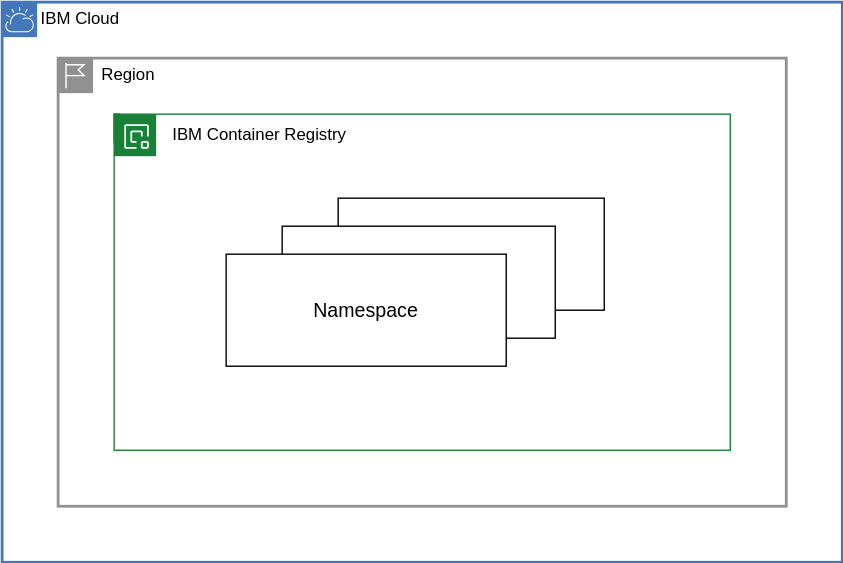
Earlier version of the draw.io export reference-architecture/deployable-architecture-icr.svg (terraform-ibm-modules/terraform-ibm-container-registry). Source tidied: cells renumbered, new cells last; positions are measured from the earlier drawing's top-left corner, leaving out a move shared by most shapes. Source of this version:
```xml
<mxGraphModel>
  <root>
    <mxCell id="0" />
    <mxCell id="1" parent="0" />
    <mxCell id="2" value="&lt;div&gt;&lt;span style=&quot;background-color: transparent; color: light-dark(rgb(0, 0, 0), rgb(255, 255, 255));&quot;&gt;&amp;nbsp;Region&lt;/span&gt;&lt;/div&gt;" style="shape=mxgraph.ibm.box;prType=region;fontStyle=0;verticalAlign=top;align=left;spacingLeft=32;spacingTop=4;fillColor=none;rounded=0;whiteSpace=wrap;html=1;strokeColor=#919191;strokeWidth=2;dashed=0;spacing=-4;" parent="1" vertex="1">
      <mxGeometry x="40" y="40" width="520" height="320" as="geometry" />
    </mxCell>
    <mxCell id="3" style="rounded=0;whiteSpace=wrap;html=1;fontFamily=IBM Plex Sans;fontSize=14;spacingBottom=-28;spacingTop=0;labelPosition=-100;verticalLabelPosition=top;align=center;verticalAlign=bottom;spacingLeft=9;spacing=0;spacingRight=0;fillColor=none;strokeColor=#198038;" parent="1" vertex="1">
      <mxGeometry x="80" y="80" width="440" height="240" as="geometry" />
    </mxCell>
    <mxCell id="4" style="rounded=0;whiteSpace=wrap;html=1;strokeColor=#198038;fillColor=#198038;" parent="3" vertex="1">
      <mxGeometry width="4" height="20" as="geometry" />
    </mxCell>
    <mxCell id="5" value="&lt;font&gt;IBM Container Registry&lt;/font&gt;" style="text;html=1;strokeColor=none;fillColor=none;align=left;verticalAlign=middle;whiteSpace=wrap;rounded=0;fontFamily=Helvetica;fontSize=12;" parent="3" vertex="1">
      <mxGeometry x="40" y="5" width="163" height="20" as="geometry" />
    </mxCell>
    <mxCell id="6" style="rounded=0;whiteSpace=wrap;html=1;" parent="3" vertex="1">
      <mxGeometry x="160" y="60" width="190" height="80" as="geometry" />
    </mxCell>
    <mxCell id="7" style="rounded=0;whiteSpace=wrap;html=1;" parent="3" vertex="1">
      <mxGeometry x="120" y="80" width="195" height="80" as="geometry" />
    </mxCell>
    <mxCell id="8" value="&lt;font style=&quot;font-size: 14px;&quot;&gt;Namespace&lt;/font&gt;" style="rounded=0;whiteSpace=wrap;html=1;" parent="3" vertex="1">
      <mxGeometry x="80" y="100" width="200" height="80" as="geometry" />
    </mxCell>
    <mxCell id="9" style="shape=rect;fillColor=#198038;labelPosition=center;verticalLabelPosition=bottom;align=center;verticalAlign=top;strokeColor=none;fontSize=14;" parent="3" vertex="1">
      <mxGeometry width="30" height="30" as="geometry" />
    </mxCell>
    <mxCell id="10" style="fillColor=#ffffff;strokeColor=none;dashed=0;html=1;labelPosition=center;verticalLabelPosition=bottom;verticalAlign=top;shape=mxgraph.ibm_cloud.cloud-registry;" parent="9" vertex="1">
      <mxGeometry width="20" height="20" relative="1" as="geometry">
        <mxPoint x="6" y="6" as="offset" />
      </mxGeometry>
    </mxCell>
    <mxCell id="11" value="IBM Cloud" style="shape=mxgraph.ibm.box;prType=cloud;fontStyle=0;verticalAlign=top;align=left;spacingLeft=32;spacingTop=4;fillColor=none;rounded=0;whiteSpace=wrap;html=1;strokeColor=#4376BB;strokeWidth=2;dashed=0;spacing=-4;" parent="1" vertex="1">
      <mxGeometry width="600" height="400" as="geometry" />
    </mxCell>
  </root>
</mxGraphModel>
```
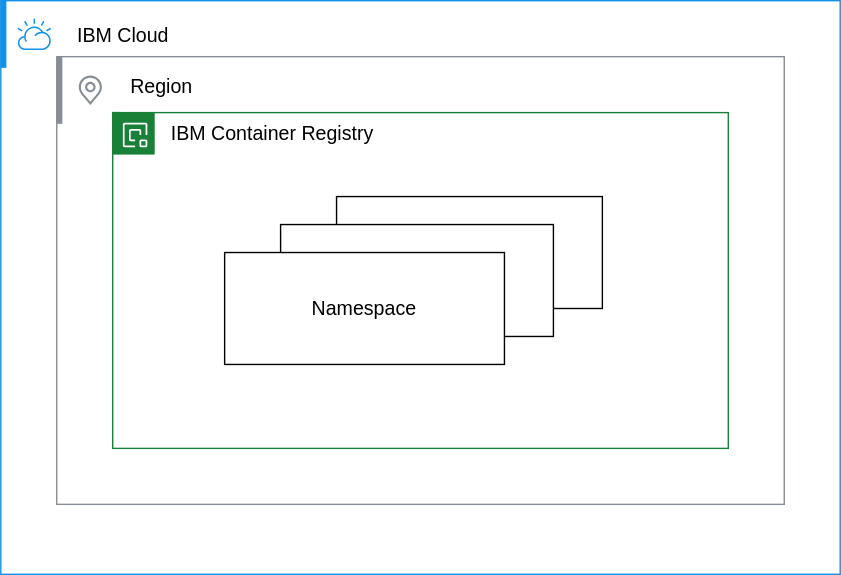
Above is the later version.

Commit message:
resolved comments

The edit, as a diff of the source:
```diff
@@ -2,16 +2,13 @@
   <root>
     <mxCell id="0" />
     <mxCell id="1" parent="0" />
-    <mxCell id="2" value="&lt;div&gt;&lt;span style=&quot;background-color: transparent; color: light-dark(rgb(0, 0, 0), rgb(255, 255, 255));&quot;&gt;&amp;nbsp;Region&lt;/span&gt;&lt;/div&gt;" style="shape=mxgraph.ibm.box;prType=region;fontStyle=0;verticalAlign=top;align=left;spacingLeft=32;spacingTop=4;fillColor=none;rounded=0;whiteSpace=wrap;html=1;strokeColor=#919191;strokeWidth=2;dashed=0;spacing=-4;" parent="1" vertex="1">
-      <mxGeometry x="40" y="40" width="520" height="320" as="geometry" />
-    </mxCell>
     <mxCell id="3" style="rounded=0;whiteSpace=wrap;html=1;fontFamily=IBM Plex Sans;fontSize=14;spacingBottom=-28;spacingTop=0;labelPosition=-100;verticalLabelPosition=top;align=center;verticalAlign=bottom;spacingLeft=9;spacing=0;spacingRight=0;fillColor=none;strokeColor=#198038;" parent="1" vertex="1">
       <mxGeometry x="80" y="80" width="440" height="240" as="geometry" />
     </mxCell>
     <mxCell id="4" style="rounded=0;whiteSpace=wrap;html=1;strokeColor=#198038;fillColor=#198038;" parent="3" vertex="1">
       <mxGeometry width="4" height="20" as="geometry" />
     </mxCell>
-    <mxCell id="5" value="&lt;font&gt;IBM Container Registry&lt;/font&gt;" style="text;html=1;strokeColor=none;fillColor=none;align=left;verticalAlign=middle;whiteSpace=wrap;rounded=0;fontFamily=Helvetica;fontSize=12;" parent="3" vertex="1">
+    <mxCell id="5" value="&lt;font style=&quot;font-size: 14px;&quot;&gt;IBM Container Registry&lt;/font&gt;" style="text;html=1;strokeColor=none;fillColor=none;align=left;verticalAlign=middle;whiteSpace=wrap;rounded=0;fontFamily=Helvetica;fontSize=12;" parent="3" vertex="1">
       <mxGeometry x="40" y="5" width="163" height="20" as="geometry" />
     </mxCell>
     <mxCell id="6" style="rounded=0;whiteSpace=wrap;html=1;" parent="3" vertex="1">
@@ -31,8 +28,33 @@
         <mxPoint x="6" y="6" as="offset" />
       </mxGeometry>
     </mxCell>
+    <mxCell id="12" style="html=1;whiteSpace=wrap;strokeColor=#878D96;fillColor=none;strokeWidth=1;" parent="1" vertex="1">
+      <mxGeometry x="40" y="40" width="520" height="320" as="geometry" />
+    </mxCell>
+    <mxCell id="2" value="Region" style="shape=rect;fillColor=none;labelPosition=right;verticalLabelPosition=middle;align=left;verticalAlign=middle;strokeColor=none;spacingLeft=5;fontSize=14;spacing=0;spacingTop=-7;" parent="12" vertex="1">
+      <mxGeometry width="48" height="48" relative="1" as="geometry" />
+    </mxCell>
+    <mxCell id="13" style="fillColor=#878D96;shape=mxgraph.ibm_cloud.location;strokeColor=none;dashed=0;html=1;labelPosition=center;verticalLabelPosition=bottom;verticalAlign=top;" parent="2" vertex="1">
+      <mxGeometry width="24" height="24" relative="1" as="geometry">
+        <mxPoint x="12" y="12" as="offset" />
+      </mxGeometry>
+    </mxCell>
+    <mxCell id="14" style="shape=rect;fillColor=#878D96;labelPosition=right;verticalLabelPosition=middle;align=left;verticalAlign=middle;strokeColor=none;spacingLeft=5;fontSize=14;" parent="12" vertex="1">
+      <mxGeometry width="4" height="48" relative="1" as="geometry" />
+    </mxCell>
+    <mxCell id="15" style="html=1;whiteSpace=wrap;strokeColor=#1192E8;fillColor=none;strokeWidth=1;" parent="1" vertex="1">
+      <mxGeometry width="600" height="410" as="geometry" />
+    </mxCell>
-    <mxCell id="11" value="IBM Cloud" style="shape=mxgraph.ibm.box;prType=cloud;fontStyle=0;verticalAlign=top;align=left;spacingLeft=32;spacingTop=4;fillColor=none;rounded=0;whiteSpace=wrap;html=1;strokeColor=#4376BB;strokeWidth=2;dashed=0;spacing=-4;" parent="1" vertex="1">
-      <mxGeometry width="600" height="400" as="geometry" />
+    <mxCell id="11" value="IBM Cloud" style="shape=rect;fillColor=none;labelPosition=right;verticalLabelPosition=middle;align=left;verticalAlign=middle;strokeColor=none;spacingLeft=5;fontSize=14;" parent="15" vertex="1">
+      <mxGeometry width="48" height="48" relative="1" as="geometry" />
     </mxCell>
+    <mxCell id="16" style="fillColor=#1192E8;shape=mxgraph.ibm_cloud.ibm-cloud;strokeColor=none;dashed=0;html=1;labelPosition=center;verticalLabelPosition=bottom;verticalAlign=top;" parent="11" vertex="1">
+      <mxGeometry width="24" height="24" relative="1" as="geometry">
+        <mxPoint x="12" y="12" as="offset" />
+      </mxGeometry>
+    </mxCell>
+    <mxCell id="17" style="shape=rect;fillColor=#1192E8;labelPosition=right;verticalLabelPosition=middle;align=left;verticalAlign=middle;strokeColor=none;spacingLeft=5;fontSize=14;" parent="15" vertex="1">
+      <mxGeometry width="4" height="48" relative="1" as="geometry" />
+    </mxCell>
   </root>
 </mxGraphModel>
```
